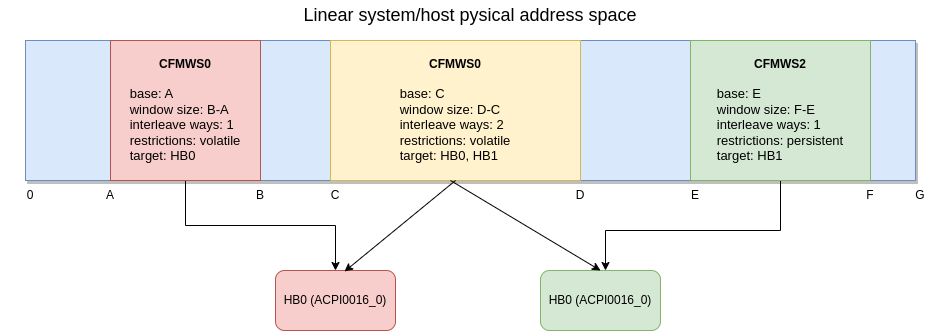
Above: Untitled Diagram.drawio.png in davidlohr/drawio-tests (draw.io), before the change. Source tidied: cells renumbered, new cells last; positions are measured from the earlier drawing's top-left corner, leaving out a move shared by most shapes.
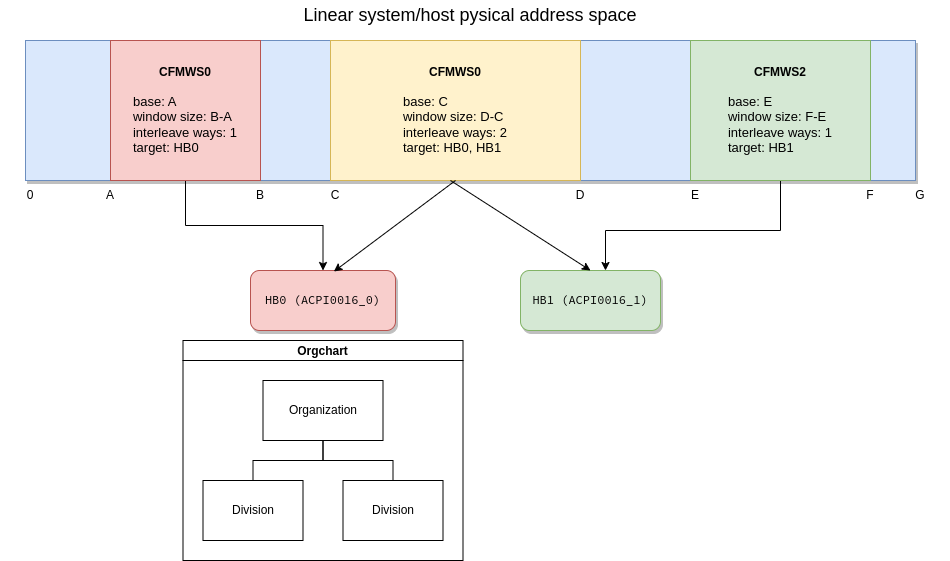
After the commit.

What changed in the source:
```diff
@@ -8,17 +8,17 @@
     <mxCell id="3" style="edgeStyle=orthogonalEdgeStyle;rounded=0;jettySize=auto;html=1;exitX=0.5;exitY=1;exitDx=0;exitDy=0;entryX=0.5;entryY=0;entryDx=0;entryDy=0;" parent="1" edge="1" source="4" target="6">
       <mxGeometry relative="1" as="geometry" />
     </mxCell>
-    <mxCell id="4" value="&lt;b&gt;CFMWS0&lt;br&gt;&lt;/b&gt;&lt;br&gt;&lt;div style=&quot;text-align: left; font-size: 13px;&quot;&gt;&lt;span style=&quot;background-color: initial;&quot;&gt;&lt;font style=&quot;font-size: 13px;&quot;&gt;base: A&lt;/font&gt;&lt;/span&gt;&lt;/div&gt;&lt;div style=&quot;text-align: left; font-size: 13px;&quot;&gt;&lt;span style=&quot;background-color: initial;&quot;&gt;&lt;font style=&quot;font-size: 13px;&quot;&gt;window size: B-A&lt;/font&gt;&lt;/span&gt;&lt;/div&gt;&lt;div style=&quot;text-align: left; font-size: 13px;&quot;&gt;interleave ways: 1&lt;/div&gt;&lt;div style=&quot;text-align: left; font-size: 13px;&quot;&gt;&lt;span style=&quot;background-color: initial;&quot;&gt;&lt;font style=&quot;font-size: 13px;&quot;&gt;restrictions: volatile&lt;/font&gt;&lt;/span&gt;&lt;/div&gt;&lt;div style=&quot;text-align: left; font-size: 13px;&quot;&gt;&lt;span style=&quot;background-color: initial;&quot;&gt;&lt;font style=&quot;font-size: 13px;&quot;&gt;target: HB0&lt;/font&gt;&lt;/span&gt;&lt;/div&gt;" style="rounded=0;whiteSpace=wrap;html=1;fillColor=#f8cecc;strokeColor=#b85450;" parent="1" vertex="1">
+    <mxCell id="4" value="&lt;b&gt;CFMWS0&lt;br&gt;&lt;/b&gt;&lt;br&gt;&lt;div style=&quot;text-align: left; font-size: 13px;&quot;&gt;&lt;span style=&quot;background-color: initial;&quot;&gt;&lt;font style=&quot;font-size: 13px;&quot;&gt;base: A&lt;/font&gt;&lt;/span&gt;&lt;/div&gt;&lt;div style=&quot;text-align: left; font-size: 13px;&quot;&gt;&lt;span style=&quot;background-color: initial;&quot;&gt;&lt;font style=&quot;font-size: 13px;&quot;&gt;window size: B-A&lt;/font&gt;&lt;/span&gt;&lt;/div&gt;&lt;div style=&quot;text-align: left; font-size: 13px;&quot;&gt;interleave ways: 1&lt;/div&gt;&lt;div style=&quot;text-align: left; font-size: 13px;&quot;&gt;&lt;span style=&quot;background-color: initial;&quot;&gt;target: HB0&lt;/span&gt;&lt;br&gt;&lt;/div&gt;" style="rounded=0;whiteSpace=wrap;html=1;fillColor=#f8cecc;strokeColor=#b85450;" parent="1" vertex="1">
       <mxGeometry x="110" y="40" width="150" height="140" as="geometry" />
     </mxCell>
     <mxCell id="5" value="&lt;font style=&quot;font-size: 18px;&quot;&gt;Linear system/host pysical address space&lt;/font&gt;" style="text;html=1;strokeColor=none;fillColor=none;align=center;verticalAlign=middle;whiteSpace=wrap;rounded=0;" parent="1" vertex="1">
       <mxGeometry x="250" width="440" height="30" as="geometry" />
     </mxCell>
-    <mxCell id="6" value="HB0 (ACPI0016_0)" style="rounded=1;whiteSpace=wrap;html=1;fillColor=#f8cecc;strokeColor=#b85450;" parent="1" vertex="1">
-      <mxGeometry x="275" y="270" width="120" height="60" as="geometry" />
+    <mxCell id="6" value="&lt;pre&gt;HB0 (ACPI0016_0)&lt;/pre&gt;" style="rounded=1;whiteSpace=wrap;html=1;fillColor=#f8cecc;strokeColor=#b85450;glass=0;shadow=1;" parent="1" vertex="1">
+      <mxGeometry x="250" y="270" width="145" height="60" as="geometry" />
     </mxCell>
-    <mxCell id="7" value="HB0 (ACPI0016_0)" style="rounded=1;whiteSpace=wrap;html=1;fillColor=#d5e8d4;strokeColor=#82b366;" parent="1" vertex="1">
-      <mxGeometry x="540" y="270" width="120" height="60" as="geometry" />
+    <mxCell id="7" value="&lt;pre&gt;HB1 (ACPI0016_1)&lt;/pre&gt;" style="rounded=1;whiteSpace=wrap;html=1;fillColor=#d5e8d4;strokeColor=#82b366;shadow=1;" parent="1" vertex="1">
+      <mxGeometry x="520" y="270" width="140" height="60" as="geometry" />
     </mxCell>
     <mxCell id="8" value="0" style="text;strokeColor=none;align=center;fillColor=none;html=1;verticalAlign=middle;whiteSpace=wrap;rounded=0;" parent="1" vertex="1">
       <mxGeometry y="180" width="60" height="30" as="geometry" />
@@ -52,10 +52,10 @@
         </Array>
       </mxGeometry>
     </mxCell>
-    <mxCell id="17" value="&lt;b&gt;CFMWS2&lt;br&gt;&lt;/b&gt;&lt;br&gt;&lt;div style=&quot;text-align: left; font-size: 13px;&quot;&gt;&lt;span style=&quot;background-color: initial;&quot;&gt;&lt;font style=&quot;font-size: 13px;&quot;&gt;base: E&lt;/font&gt;&lt;/span&gt;&lt;/div&gt;&lt;div style=&quot;text-align: left; font-size: 13px;&quot;&gt;&lt;span style=&quot;background-color: initial;&quot;&gt;&lt;font style=&quot;font-size: 13px;&quot;&gt;window size: F-E&lt;/font&gt;&lt;/span&gt;&lt;/div&gt;&lt;div style=&quot;text-align: left; font-size: 13px;&quot;&gt;&lt;span style=&quot;background-color: initial;&quot;&gt;&lt;font style=&quot;font-size: 13px;&quot;&gt;interleave ways: 1&lt;/font&gt;&lt;/span&gt;&lt;/div&gt;&lt;div style=&quot;text-align: left; font-size: 13px;&quot;&gt;&lt;span style=&quot;background-color: initial;&quot;&gt;&lt;font style=&quot;font-size: 13px;&quot;&gt;restrictions: persistent&lt;/font&gt;&lt;/span&gt;&lt;/div&gt;&lt;div style=&quot;text-align: left; font-size: 13px;&quot;&gt;&lt;span style=&quot;background-color: initial;&quot;&gt;&lt;font style=&quot;font-size: 13px;&quot;&gt;target: HB1&lt;/font&gt;&lt;/span&gt;&lt;/div&gt;" style="rounded=0;whiteSpace=wrap;html=1;fillColor=#d5e8d4;strokeColor=#82b366;" parent="1" vertex="1">
+    <mxCell id="17" value="&lt;b&gt;CFMWS2&lt;br&gt;&lt;/b&gt;&lt;br&gt;&lt;div style=&quot;text-align: left; font-size: 13px;&quot;&gt;&lt;span style=&quot;background-color: initial;&quot;&gt;&lt;font style=&quot;font-size: 13px;&quot;&gt;base: E&lt;/font&gt;&lt;/span&gt;&lt;/div&gt;&lt;div style=&quot;text-align: left; font-size: 13px;&quot;&gt;&lt;span style=&quot;background-color: initial;&quot;&gt;&lt;font style=&quot;font-size: 13px;&quot;&gt;window size: F-E&lt;/font&gt;&lt;/span&gt;&lt;/div&gt;&lt;div style=&quot;text-align: left; font-size: 13px;&quot;&gt;&lt;span style=&quot;background-color: initial;&quot;&gt;&lt;font style=&quot;font-size: 13px;&quot;&gt;interleave ways: 1&lt;/font&gt;&lt;/span&gt;&lt;/div&gt;&lt;div style=&quot;text-align: left; font-size: 13px;&quot;&gt;&lt;span style=&quot;background-color: initial;&quot;&gt;target: HB1&lt;/span&gt;&lt;br&gt;&lt;/div&gt;" style="rounded=0;whiteSpace=wrap;html=1;fillColor=#d5e8d4;strokeColor=#82b366;" parent="1" vertex="1">
       <mxGeometry x="690" y="40" width="180" height="140" as="geometry" />
     </mxCell>
-    <mxCell id="18" value="&lt;b&gt;CFMWS0&lt;br&gt;&lt;/b&gt;&lt;br&gt;&lt;div style=&quot;text-align: left; font-size: 13px;&quot;&gt;&lt;span style=&quot;background-color: initial;&quot;&gt;&lt;font style=&quot;font-size: 13px;&quot;&gt;base: C&lt;/font&gt;&lt;/span&gt;&lt;/div&gt;&lt;div style=&quot;text-align: left; font-size: 13px;&quot;&gt;&lt;span style=&quot;background-color: initial;&quot;&gt;&lt;font style=&quot;font-size: 13px;&quot;&gt;window size: D-C&lt;/font&gt;&lt;/span&gt;&lt;/div&gt;&lt;div style=&quot;text-align: left; font-size: 13px;&quot;&gt;&lt;span style=&quot;background-color: initial;&quot;&gt;&lt;font style=&quot;font-size: 13px;&quot;&gt;interleave ways: 2&lt;/font&gt;&lt;/span&gt;&lt;/div&gt;&lt;div style=&quot;text-align: left; font-size: 13px;&quot;&gt;&lt;span style=&quot;background-color: initial;&quot;&gt;&lt;font style=&quot;font-size: 13px;&quot;&gt;restrictions: volatile&lt;/font&gt;&lt;/span&gt;&lt;/div&gt;&lt;div style=&quot;text-align: left; font-size: 13px;&quot;&gt;&lt;span style=&quot;background-color: initial;&quot;&gt;&lt;font style=&quot;font-size: 13px;&quot;&gt;target: HB0, HB1&lt;/font&gt;&lt;/span&gt;&lt;/div&gt;" style="rounded=0;whiteSpace=wrap;html=1;fillColor=#fff2cc;strokeColor=#d6b656;" parent="1" vertex="1">
+    <mxCell id="18" value="&lt;b&gt;CFMWS0&lt;br&gt;&lt;/b&gt;&lt;br&gt;&lt;div style=&quot;text-align: left; font-size: 13px;&quot;&gt;&lt;span style=&quot;background-color: initial;&quot;&gt;&lt;font style=&quot;font-size: 13px;&quot;&gt;base: C&lt;/font&gt;&lt;/span&gt;&lt;/div&gt;&lt;div style=&quot;text-align: left; font-size: 13px;&quot;&gt;&lt;span style=&quot;background-color: initial;&quot;&gt;&lt;font style=&quot;font-size: 13px;&quot;&gt;window size: D-C&lt;/font&gt;&lt;/span&gt;&lt;/div&gt;&lt;div style=&quot;text-align: left; font-size: 13px;&quot;&gt;&lt;span style=&quot;background-color: initial;&quot;&gt;&lt;font style=&quot;font-size: 13px;&quot;&gt;interleave ways: 2&lt;/font&gt;&lt;/span&gt;&lt;/div&gt;&lt;div style=&quot;text-align: left; font-size: 13px;&quot;&gt;&lt;span style=&quot;background-color: initial;&quot;&gt;target: HB0, HB1&lt;/span&gt;&lt;br&gt;&lt;/div&gt;" style="rounded=0;whiteSpace=wrap;html=1;fillColor=#fff2cc;strokeColor=#d6b656;" parent="1" vertex="1">
       <mxGeometry x="330" y="40" width="250" height="140" as="geometry" />
     </mxCell>
     <mxCell id="19" style="endArrow=classic;html=1;rounded=0;exitX=0.5;exitY=1;exitDx=0;exitDy=0;entryX=0.575;entryY=0.017;entryDx=0;entryDy=0;entryPerimeter=0;" parent="1" edge="1" source="18" target="6">
@@ -66,5 +66,23 @@
         <mxPoint x="450" y="180" as="sourcePoint" />
       </mxGeometry>
     </mxCell>
+    <mxCell id="21" value="Orgchart" style="swimlane;startSize=20;horizontal=1;containerType=tree;newEdgeStyle={&quot;edgeStyle&quot;:&quot;elbowEdgeStyle&quot;,&quot;startArrow&quot;:&quot;none&quot;,&quot;endArrow&quot;:&quot;none&quot;};" parent="1" vertex="1">
+      <mxGeometry x="182.5" y="340" width="280" height="220" as="geometry" />
+    </mxCell>
+    <mxCell id="22" style="edgeStyle=elbowEdgeStyle;elbow=vertical;sourcePerimeterSpacing=0;targetPerimeterSpacing=0;startArrow=none;endArrow=none;rounded=0;curved=0;" parent="21" edge="1" source="24" target="25">
+      <mxGeometry relative="1" as="geometry" />
+    </mxCell>
+    <mxCell id="23" style="edgeStyle=elbowEdgeStyle;elbow=vertical;sourcePerimeterSpacing=0;targetPerimeterSpacing=0;startArrow=none;endArrow=none;rounded=0;curved=0;" parent="21" edge="1" source="24" target="26">
+      <mxGeometry relative="1" as="geometry" />
+    </mxCell>
+    <mxCell id="24" value="Organization" style="whiteSpace=wrap;html=1;align=center;newEdgeStyle={&quot;edgeStyle&quot;:&quot;elbowEdgeStyle&quot;,&quot;startArrow&quot;:&quot;none&quot;,&quot;endArrow&quot;:&quot;none&quot;};" parent="21" vertex="1">
+      <mxGeometry x="80" y="40" width="120" height="60" as="geometry" />
+    </mxCell>
+    <mxCell id="25" value="Division" style="whiteSpace=wrap;html=1;align=center;verticalAlign=middle;newEdgeStyle={&quot;edgeStyle&quot;:&quot;elbowEdgeStyle&quot;,&quot;startArrow&quot;:&quot;none&quot;,&quot;endArrow&quot;:&quot;none&quot;};" parent="21" vertex="1">
+      <mxGeometry x="20" y="140" width="100" height="60" as="geometry" />
+    </mxCell>
+    <mxCell id="26" value="Division" style="whiteSpace=wrap;html=1;align=center;verticalAlign=middle;newEdgeStyle={&quot;edgeStyle&quot;:&quot;elbowEdgeStyle&quot;,&quot;startArrow&quot;:&quot;none&quot;,&quot;endArrow&quot;:&quot;none&quot;};" parent="21" vertex="1">
+      <mxGeometry x="160" y="140" width="100" height="60" as="geometry" />
+    </mxCell>
   </root>
 </mxGraphModel>
```
